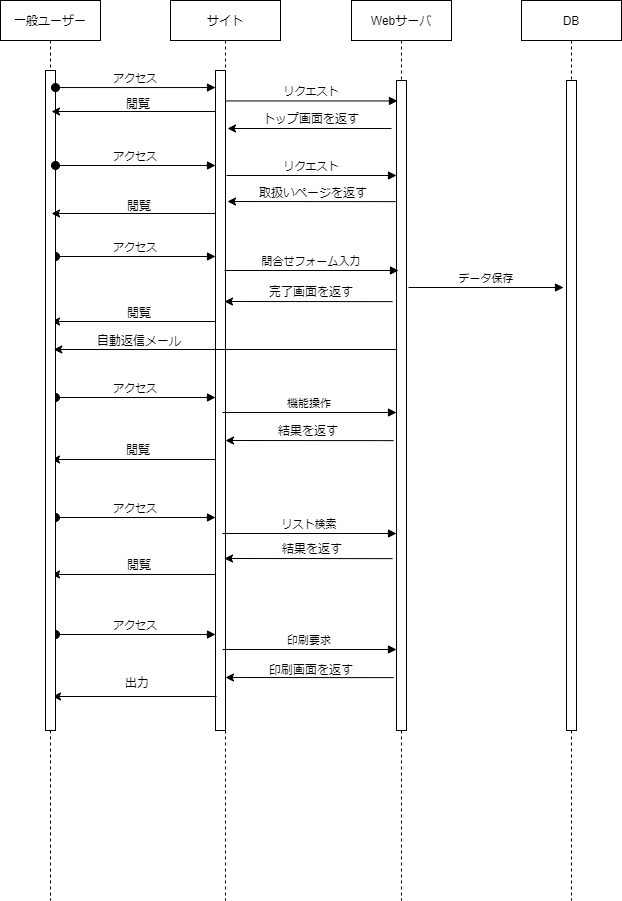
Above: シーケンス図.drawio.png in buyodo/webgis-dev-doc (draw.io), before the change. Source tidied: cells renumbered, new cells last; positions are measured from the earlier drawing's top-left corner, leaving out a move shared by most shapes.
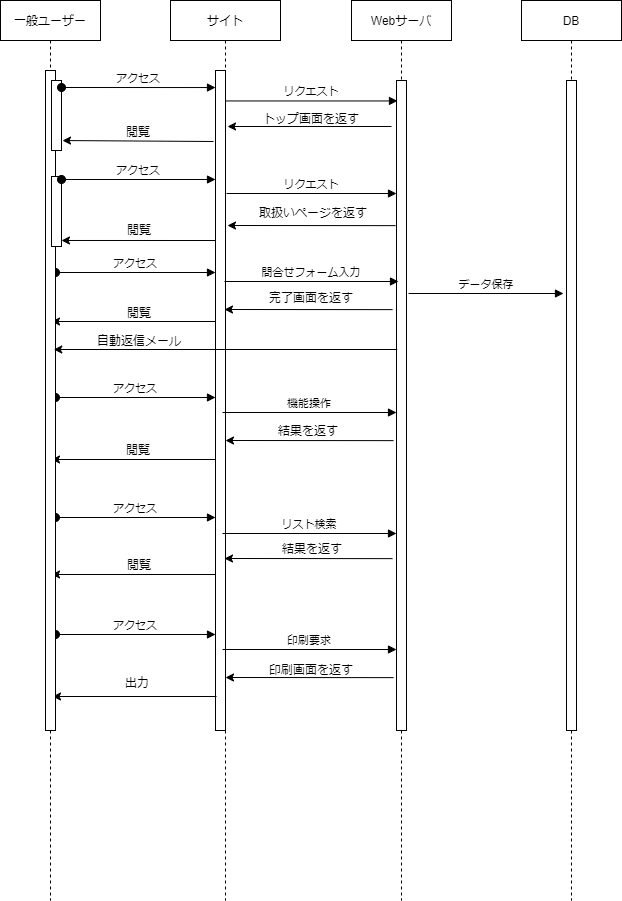
The same file after the commit.

Commit message:
シーケンス図.drawio.png を更新します

The edit, as a diff of the source:
```diff
@@ -10,8 +10,8 @@
     </mxCell>
     <mxCell id="4" value="アクセス" style="verticalAlign=bottom;startArrow=oval;endArrow=block;startSize=8;shadow=0;strokeWidth=1;exitX=1;exitY=0.036;exitDx=0;exitDy=0;exitPerimeter=0;" parent="2" edge="1">
       <mxGeometry relative="1" as="geometry">
-        <mxPoint x="-115" y="256" as="sourcePoint" />
-        <mxPoint x="45" y="256" as="targetPoint" />
+        <mxPoint x="-115" y="272" as="sourcePoint" />
+        <mxPoint x="45" y="272" as="targetPoint" />
       </mxGeometry>
     </mxCell>
     <mxCell id="5" style="endArrow=classic;html=1;rounded=0;" parent="2" edge="1">
@@ -22,8 +22,8 @@
     </mxCell>
     <mxCell id="6" style="endArrow=classic;html=1;rounded=0;" parent="2" edge="1">
       <mxGeometry relative="1" as="geometry">
-        <mxPoint x="221" y="128" as="sourcePoint" />
-        <mxPoint x="57" y="128" as="targetPoint" />
+        <mxPoint x="221" y="126" as="sourcePoint" />
+        <mxPoint x="57" y="126" as="targetPoint" />
       </mxGeometry>
     </mxCell>
     <mxCell id="7" value="アクセス" style="verticalAlign=bottom;startArrow=oval;endArrow=block;startSize=8;shadow=0;strokeWidth=1;exitX=1;exitY=0.036;exitDx=0;exitDy=0;exitPerimeter=0;" parent="2" edge="1">
@@ -62,6 +62,12 @@
         <mxPoint x="-118" y="696" as="targetPoint" />
       </mxGeometry>
     </mxCell>
+    <mxCell id="49" style="endArrow=classic;html=1;rounded=0;entryX=1.3;entryY=0.813;entryDx=0;entryDy=0;entryPerimeter=0;" parent="2" edge="1">
+      <mxGeometry relative="1" as="geometry">
+        <mxPoint x="43" y="141" as="sourcePoint" />
+        <mxPoint x="-108" y="140" as="targetPoint" />
+      </mxGeometry>
+    </mxCell>
     <mxCell id="13" value="リクエスト" style="verticalAlign=bottom;endArrow=block;entryX=0.1;entryY=0.019;shadow=0;strokeWidth=1;entryDx=0;entryDy=0;entryPerimeter=0;" parent="1" edge="1">
       <mxGeometry relative="1" as="geometry">
         <mxPoint x="225" y="100.5" as="sourcePoint" />
@@ -100,22 +106,16 @@
     </mxCell>
     <mxCell id="20" style="endArrow=classic;html=1;rounded=0;" parent="14" edge="1">
       <mxGeometry relative="1" as="geometry">
-        <mxPoint x="41" y="301.1" as="sourcePoint" />
-        <mxPoint x="-127" y="301" as="targetPoint" />
+        <mxPoint x="41" y="309.1" as="sourcePoint" />
+        <mxPoint x="-127" y="309" as="targetPoint" />
       </mxGeometry>
     </mxCell>
     <mxCell id="21" style="endArrow=classic;html=1;rounded=0;" parent="14" edge="1">
       <mxGeometry relative="1" as="geometry">
-        <mxPoint x="44" y="201.1" as="sourcePoint" />
-        <mxPoint x="-124" y="201" as="targetPoint" />
+        <mxPoint x="44" y="225.1" as="sourcePoint" />
+        <mxPoint x="-124" y="225" as="targetPoint" />
       </mxGeometry>
     </mxCell>
-    <mxCell id="22" value="リクエスト" style="verticalAlign=bottom;endArrow=block;shadow=0;strokeWidth=1;" parent="14" edge="1">
-      <mxGeometry relative="1" as="geometry">
-        <mxPoint x="-125" y="175" as="sourcePoint" />
-        <mxPoint x="45" y="175" as="targetPoint" />
-      </mxGeometry>
-    </mxCell>
     <mxCell id="23" value="リスト検索" style="verticalAlign=bottom;endArrow=block;shadow=0;strokeWidth=1;" parent="14" edge="1">
       <mxGeometry relative="1" as="geometry">
         <mxPoint x="-129" y="533" as="sourcePoint" />
@@ -134,23 +134,28 @@
     <mxCell id="26" style="perimeter=orthogonalPerimeter;rounded=0;shadow=0;strokeWidth=1;" parent="25" vertex="1">
       <mxGeometry x="45" y="70" width="10" height="660" as="geometry" />
     </mxCell>
-    <mxCell id="27" style="endArrow=classic;html=1;rounded=0;" parent="25" edge="1">
+    <mxCell id="27" style="endArrow=classic;html=1;rounded=0;startArrow=none;" parent="25" edge="1" source="50">
       <mxGeometry relative="1" as="geometry">
-        <mxPoint x="215" y="111" as="sourcePoint" />
         <mxPoint x="51" y="111" as="targetPoint" />
       </mxGeometry>
     </mxCell>
+    <mxCell id="50" style="points=[];perimeter=orthogonalPerimeter;rounded=0;shadow=0;strokeWidth=1;" parent="25" vertex="1">
+      <mxGeometry x="51" y="80" width="10" height="70" as="geometry" />
+    </mxCell>
+    <mxCell id="51" style="points=[];perimeter=orthogonalPerimeter;rounded=0;shadow=0;strokeWidth=1;" parent="25" vertex="1">
+      <mxGeometry x="51" y="176" width="10" height="70" as="geometry" />
+    </mxCell>
     <mxCell id="28" value="トップ画面を返す" style="text;html=1;strokeColor=none;fillColor=none;align=center;verticalAlign=middle;whiteSpace=wrap;rounded=0;" parent="1" vertex="1">
       <mxGeometry x="251" y="104" width="120" height="30" as="geometry" />
     </mxCell>
-    <mxCell id="29" value="アクセス" style="verticalAlign=bottom;startArrow=oval;endArrow=block;startSize=8;shadow=0;strokeWidth=1;exitX=1;exitY=0.036;exitDx=0;exitDy=0;exitPerimeter=0;" parent="1" edge="1">
+    <mxCell id="29" value="アクセス" style="verticalAlign=bottom;startArrow=oval;endArrow=block;startSize=8;shadow=0;strokeWidth=1;" parent="1" edge="1">
       <mxGeometry relative="1" as="geometry">
-        <mxPoint x="55" y="87" as="sourcePoint" />
+        <mxPoint x="61" y="87" as="sourcePoint" />
         <mxPoint x="215" y="87" as="targetPoint" />
       </mxGeometry>
     </mxCell>
     <mxCell id="30" value="取扱いページを返す" style="text;html=1;strokeColor=none;fillColor=none;align=center;verticalAlign=middle;whiteSpace=wrap;rounded=0;" parent="1" vertex="1">
-      <mxGeometry x="253" y="178" width="120" height="30" as="geometry" />
+      <mxGeometry x="253" y="198" width="120" height="30" as="geometry" />
     </mxCell>
     <mxCell id="31" value="DB" style="shape=umlLifeline;perimeter=lifelinePerimeter;rounded=0;shadow=0;strokeWidth=1;" parent="1" vertex="1">
       <mxGeometry x="521" width="100" height="900" as="geometry" />
@@ -160,32 +165,31 @@
     </mxCell>
     <mxCell id="33" value="問合せフォーム入力" style="verticalAlign=bottom;endArrow=block;shadow=0;strokeWidth=1;" parent="1" edge="1">
       <mxGeometry relative="1" as="geometry">
-        <mxPoint x="224" y="270" as="sourcePoint" />
-        <mxPoint x="398" y="270" as="targetPoint" />
+        <mxPoint x="224" y="281" as="sourcePoint" />
+        <mxPoint x="398" y="281" as="targetPoint" />
       </mxGeometry>
     </mxCell>
     <mxCell id="34" value="完了画面を返す" style="text;html=1;strokeColor=none;fillColor=none;align=center;verticalAlign=middle;whiteSpace=wrap;rounded=0;" parent="1" vertex="1">
-      <mxGeometry x="250" y="277" width="122" height="30.5" as="geometry" />
+      <mxGeometry x="250" y="283" width="122" height="30.5" as="geometry" />
     </mxCell>
     <mxCell id="35" value="結果を返す" style="text;html=1;strokeColor=none;fillColor=none;align=center;verticalAlign=middle;whiteSpace=wrap;rounded=0;" parent="1" vertex="1">
       <mxGeometry x="251" y="534" width="122" height="30.5" as="geometry" />
     </mxCell>
     <mxCell id="36" value="閲覧" style="text;html=1;strokeColor=none;fillColor=none;align=center;verticalAlign=middle;whiteSpace=wrap;rounded=0;" parent="1" vertex="1">
-      <mxGeometry x="78" y="89" width="120" height="30" as="geometry" />
+      <mxGeometry x="78" y="117" width="120" height="30" as="geometry" />
     </mxCell>
-    <mxCell id="37" style="endArrow=classic;html=1;rounded=0;" parent="1" edge="1">
+    <mxCell id="37" style="endArrow=classic;html=1;rounded=0;entryX=1;entryY=0.914;entryDx=0;entryDy=0;entryPerimeter=0;" parent="1" edge="1" target="51">
       <mxGeometry relative="1" as="geometry">
-        <mxPoint x="215" y="213" as="sourcePoint" />
-        <mxPoint x="51" y="213" as="targetPoint" />
+        <mxPoint x="215" y="240" as="sourcePoint" />
       </mxGeometry>
     </mxCell>
     <mxCell id="38" value="閲覧" style="text;html=1;strokeColor=none;fillColor=none;align=center;verticalAlign=middle;whiteSpace=wrap;rounded=0;" parent="1" vertex="1">
-      <mxGeometry x="79" y="191" width="120" height="30" as="geometry" />
+      <mxGeometry x="79" y="215" width="120" height="30" as="geometry" />
     </mxCell>
-    <mxCell id="39" value="アクセス" style="verticalAlign=bottom;startArrow=oval;endArrow=block;startSize=8;shadow=0;strokeWidth=1;exitX=1;exitY=0.036;exitDx=0;exitDy=0;exitPerimeter=0;" parent="1" edge="1">
+    <mxCell id="39" value="アクセス" style="verticalAlign=bottom;startArrow=oval;endArrow=block;startSize=8;shadow=0;strokeWidth=1;" parent="1" edge="1">
       <mxGeometry relative="1" as="geometry">
-        <mxPoint x="55" y="165" as="sourcePoint" />
-        <mxPoint x="215" y="165" as="targetPoint" />
+        <mxPoint x="61" y="179" as="sourcePoint" />
+        <mxPoint x="215" y="179" as="targetPoint" />
       </mxGeometry>
     </mxCell>
     <mxCell id="40" value="閲覧" style="text;html=1;strokeColor=none;fillColor=none;align=center;verticalAlign=middle;whiteSpace=wrap;rounded=0;" parent="1" vertex="1">
@@ -205,8 +209,8 @@
     </mxCell>
     <mxCell id="44" value="データ保存" style="verticalAlign=bottom;endArrow=block;shadow=0;strokeWidth=1;" parent="1" edge="1">
       <mxGeometry relative="1" as="geometry">
-        <mxPoint x="408" y="287" as="sourcePoint" />
-        <mxPoint x="563" y="287" as="targetPoint" />
+        <mxPoint x="408" y="293" as="sourcePoint" />
+        <mxPoint x="563" y="293" as="targetPoint" />
       </mxGeometry>
     </mxCell>
     <mxCell id="45" value="閲覧" style="text;html=1;strokeColor=none;fillColor=none;align=center;verticalAlign=middle;whiteSpace=wrap;rounded=0;" parent="1" vertex="1">
@@ -221,5 +225,11 @@
     <mxCell id="48" value="出力" style="text;html=1;strokeColor=none;fillColor=none;align=center;verticalAlign=middle;whiteSpace=wrap;rounded=0;" parent="1" vertex="1">
       <mxGeometry x="76" y="668" width="122" height="30.5" as="geometry" />
     </mxCell>
+    <mxCell id="22" value="リクエスト" style="verticalAlign=bottom;endArrow=block;shadow=0;strokeWidth=1;" parent="1" edge="1">
+      <mxGeometry relative="1" as="geometry">
+        <mxPoint x="226" y="193" as="sourcePoint" />
+        <mxPoint x="396" y="193" as="targetPoint" />
+      </mxGeometry>
+    </mxCell>
   </root>
 </mxGraphModel>
```
